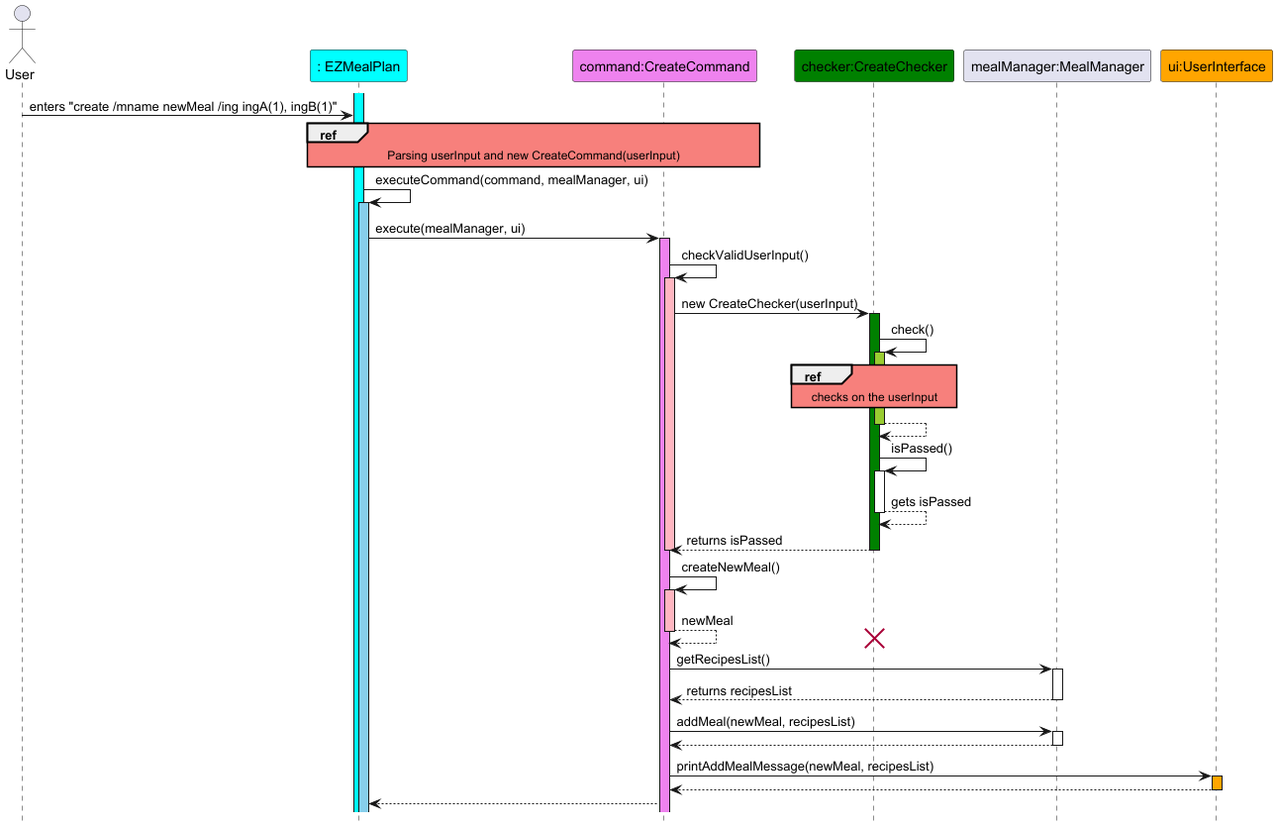
wentuoc/tp keeps this PlantUML diagram as docs/diagrams/CreateCommand.png. Above is the earlier version.
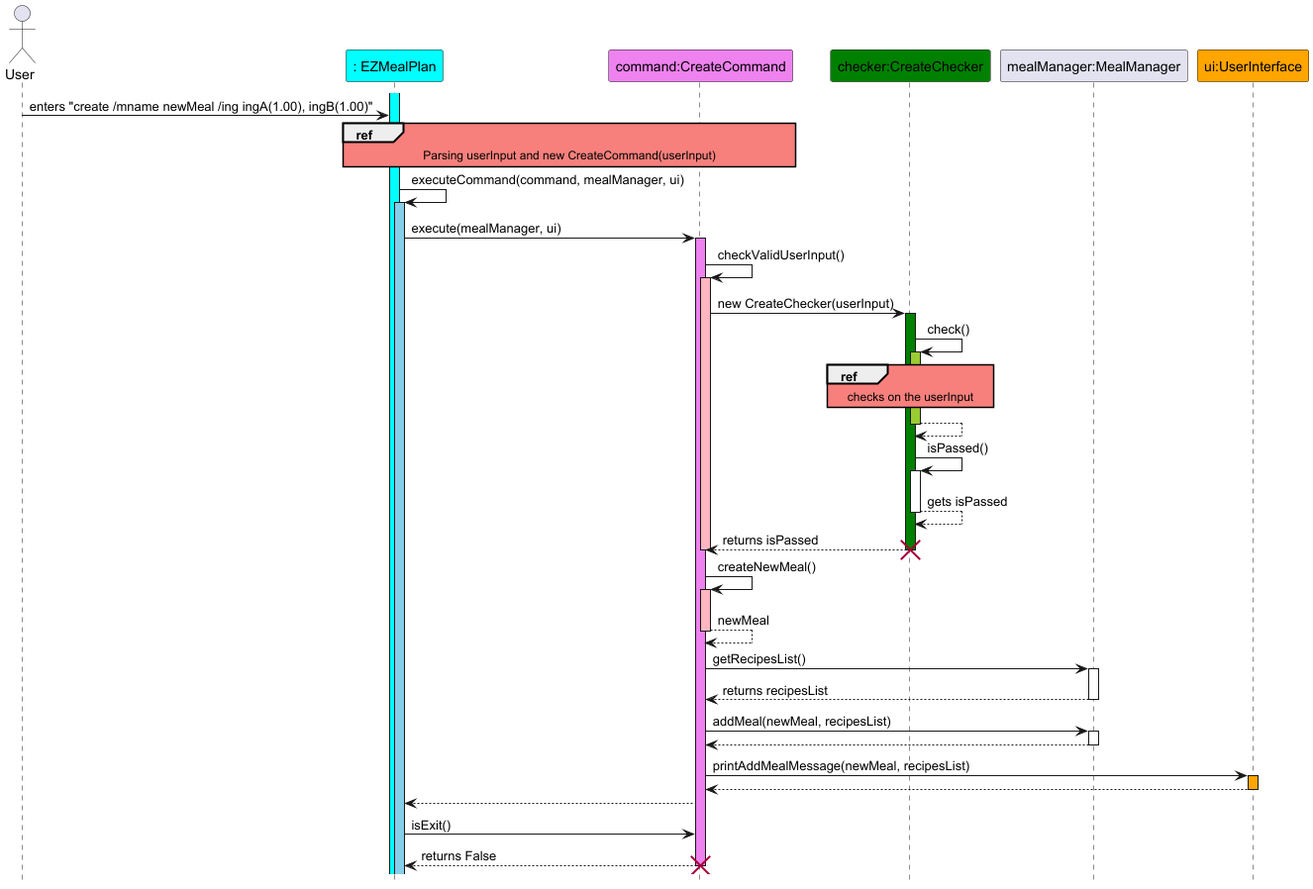
Above is the later version.

Diff of the diagram source:
```diff
@@ -10,7 +10,7 @@
 participant "ui:UserInterface" as UserInterface #Orange
 
 activate EZMealPlan #Cyan
-User -> EZMealPlan : enters "create /mname newMeal /ing ingA(1), ingB(1)"
+User -> EZMealPlan : enters "create /mname newMeal /ing ingA(1.00), ingB(1.00)"
 Ref over EZMealPlan, CreateCommand
 Parsing userInput and new CreateCommand(userInput)
 end
@@ -35,12 +35,12 @@
 deactivate CreateChecker
 CreateChecker --> CreateCommand : returns isPassed
 deactivate CreateChecker
+destroy CreateChecker
 deactivate CreateCommand
 CreateCommand -> CreateCommand : createNewMeal()
 activate CreateCommand #LightPink
 CreateCommand --> CreateCommand : newMeal
 deactivate CreateCommand
-destroy CreateChecker
 CreateCommand -> MealManager : getRecipesList()
 activate MealManager
 MealManager --> CreateCommand : returns recipesList
@@ -54,4 +54,8 @@
 UserInterface --> CreateCommand
 deactivate UserInterface
 CreateCommand --> EZMealPlan
+EZMealPlan -> CreateCommand : isExit()
+CreateCommand --> EZMealPlan : returns False
+deactivate CreateCommand
+destroy CreateCommand
 @enduml
```
